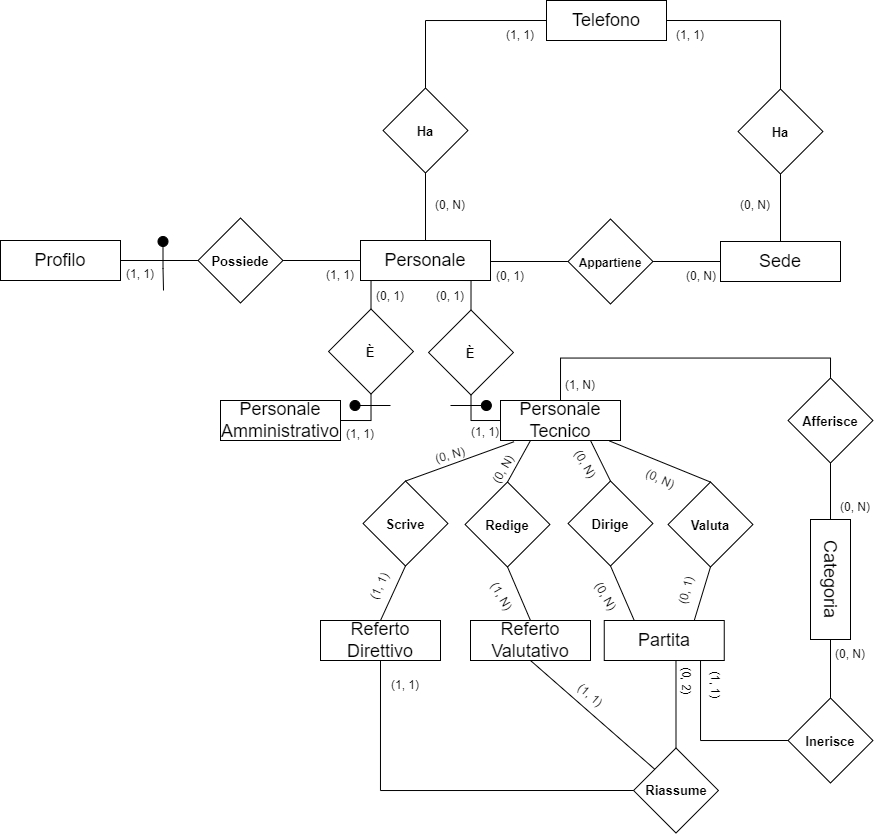
Above: ERDiagram/WhistleERRistrutturato.drawio.png in savernike/DiagramsSet (draw.io), before the change. Source tidied: cells renumbered, new cells last; positions are measured from the earlier drawing's top-left corner, leaving out a move shared by most shapes.
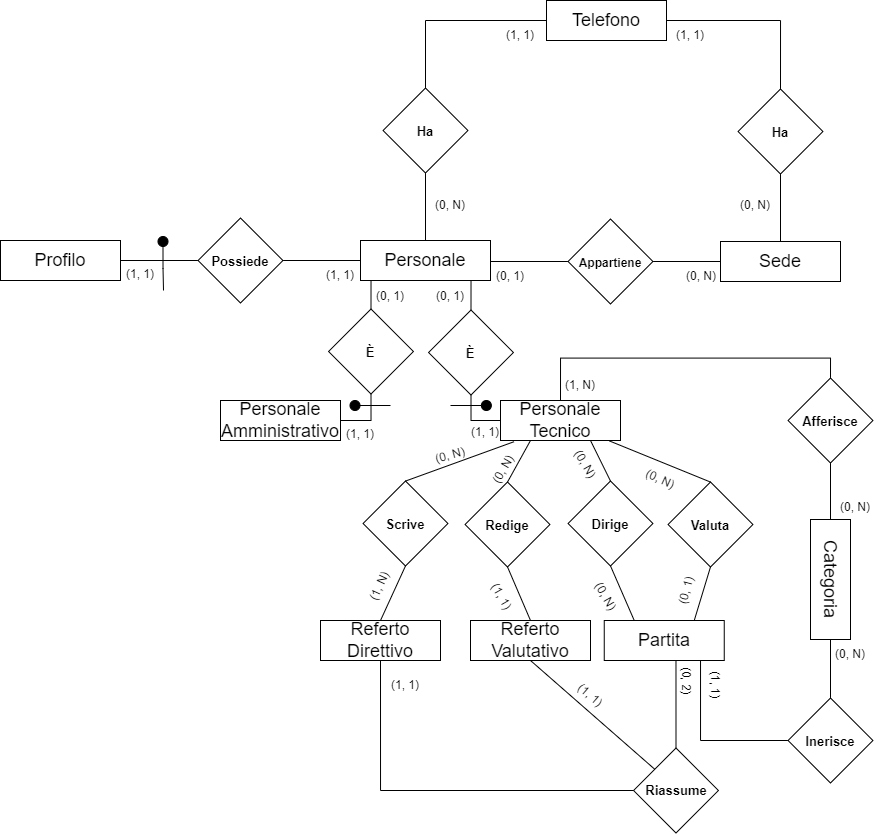
Later version of the same file.

Commit message:
Scambio cardinalità relazioni dei referti

Change to the diagram source:
```diff
@@ -295,10 +295,10 @@
     <mxCell id="93" style="ellipse;whiteSpace=wrap;html=1;fillColor=#000000;" parent="1" vertex="1">
       <mxGeometry x="157.5" y="236" width="10" height="10" as="geometry" />
     </mxCell>
-    <mxCell id="94" value="(1, 1)" style="text;strokeColor=none;align=center;fillColor=none;html=1;verticalAlign=middle;whiteSpace=wrap;rounded=0;rotation=-65;" parent="1" vertex="1">
+    <mxCell id="94" value="(1, N)" style="text;strokeColor=none;align=center;fillColor=none;html=1;verticalAlign=middle;whiteSpace=wrap;rounded=0;rotation=-65;" parent="1" vertex="1">
       <mxGeometry x="359.5" y="571.4" width="40" height="30" as="geometry" />
     </mxCell>
-    <mxCell id="95" value="(1, N)" style="text;strokeColor=none;align=center;fillColor=none;html=1;verticalAlign=middle;whiteSpace=wrap;rounded=0;rotation=60;" parent="1" vertex="1">
+    <mxCell id="95" value="(1, 1)" style="text;strokeColor=none;align=center;fillColor=none;html=1;verticalAlign=middle;whiteSpace=wrap;rounded=0;rotation=60;" parent="1" vertex="1">
       <mxGeometry x="480.9" y="581.4" width="40" height="30" as="geometry" />
     </mxCell>
     <mxCell id="96" value="(0, N)" style="text;strokeColor=none;align=center;fillColor=none;html=1;verticalAlign=middle;whiteSpace=wrap;rounded=0;rotation=60;" parent="1" vertex="1">
```
